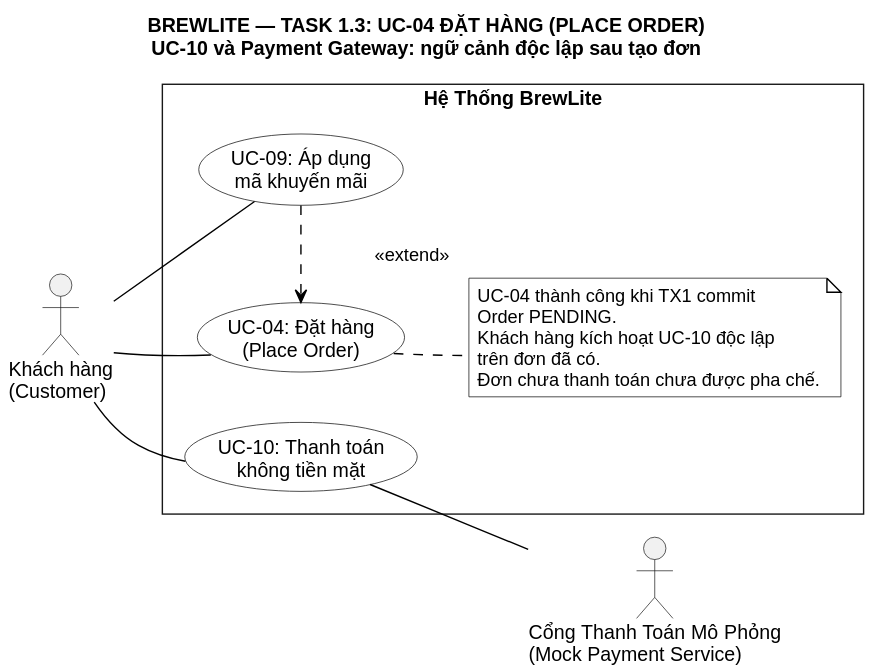
vohuunghiaah/brewlite keeps this PlantUML diagram as docs/requirements/use-case-place-order.svg. Above is the earlier version.
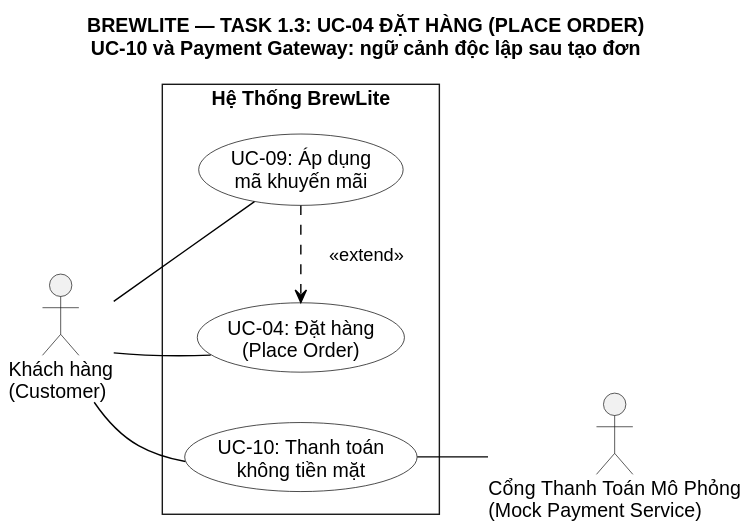
The same diagram one commit later.

Commit message:
docs(uml): remove context note and tighten extend label

Change to the diagram source:
```diff
@@ -7,11 +7,6 @@
 skinparam nodesep 35
 skinparam ranksep 35
 skinparam usecase {
-    BackgroundColor White
-    BorderColor Black
-    ArrowColor Black
-}
-skinparam note {
     BackgroundColor White
     BorderColor Black
     ArrowColor Black
@@ -27,11 +22,8 @@
     usecase "UC-04: Đặt hàng\n(Place Order)" as UC4
     usecase "UC-10: Thanh toán\nkhông tiền mặt" as UC10
 
-    note "UC-04 thành công khi TX1 commit\nOrder PENDING.\nKhách hàng kích hoạt UC-10 độc lập\ntrên đơn đã có.\nĐơn chưa thanh toán chưa được pha chế." as N1
-    UC4 -[norank,dashed]- N1
     UC9 -[hidden]left-> UC4
     UC4 -[hidden]left-> UC10
-    UC4 -[hidden]down-> N1
 }
 
 actor "Cổng Thanh Toán Mô Phỏng\n(Mock Payment Service)" as PaymentGateway
@@ -41,7 +33,7 @@
 Customer -[norank]- UC10
 Customer -[norank]- UC9
 
-UC9 -[dashed,norank]-> UC4 : <color:transparent>..................................................</color><<extend>>
+UC9 -[dashed,norank]-> UC4 : <color:transparent>................................</color><<extend>>
 
 UC10 -- PaymentGateway
 @enduml
```
